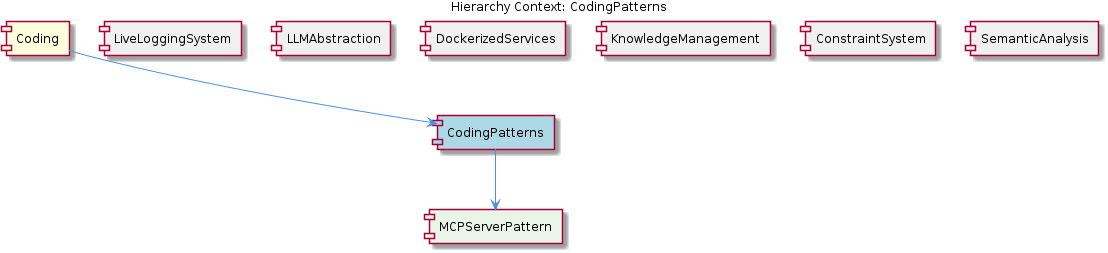
Above: knowledge-management/insights/images/coding-patterns-relationship.png in fwornle/coding (PlantUML), before the change. Its source is kept beside it as .data/knowledge-graph/insights/puml/coding-patterns-relationship.puml.
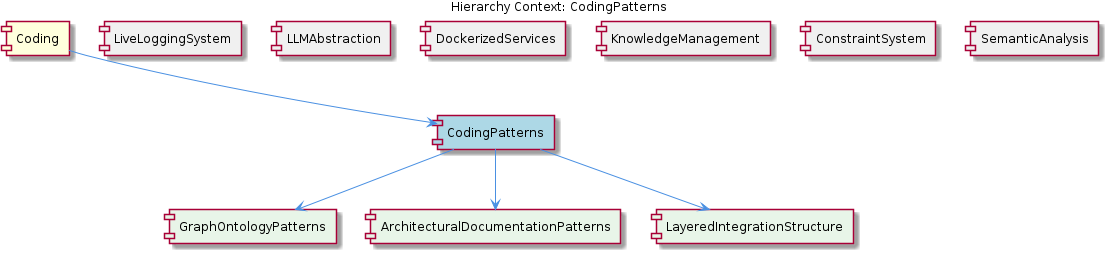
The same diagram one commit later.

The edit, as a diff of the source:
```diff
@@ -11,7 +11,9 @@
 [KnowledgeManagement] as knowledge_management #F0F0F0
 [ConstraintSystem] as constraint_system #F0F0F0
 [SemanticAnalysis] as semantic_analysis #F0F0F0
-[MCPServerPattern] as mcpserver_pattern #E8F5E8
+[GraphOntologyPatterns] as graph_ontology_patterns #E8F5E8
+[ArchitecturalDocumentationPatterns] as architectural_documentation_patterns #E8F5E8
+[LayeredIntegrationStructure] as layered_integration_structure #E8F5E8
 
 coding --> coding_patterns
 live_logging_system -[hidden]- coding_patterns
@@ -20,6 +22,8 @@
 knowledge_management -[hidden]- coding_patterns
 constraint_system -[hidden]- coding_patterns
 semantic_analysis -[hidden]- coding_patterns
-coding_patterns --> mcpserver_pattern
+coding_patterns --> graph_ontology_patterns
+coding_patterns --> architectural_documentation_patterns
+coding_patterns --> layered_integration_structure
 
 @enduml
```
